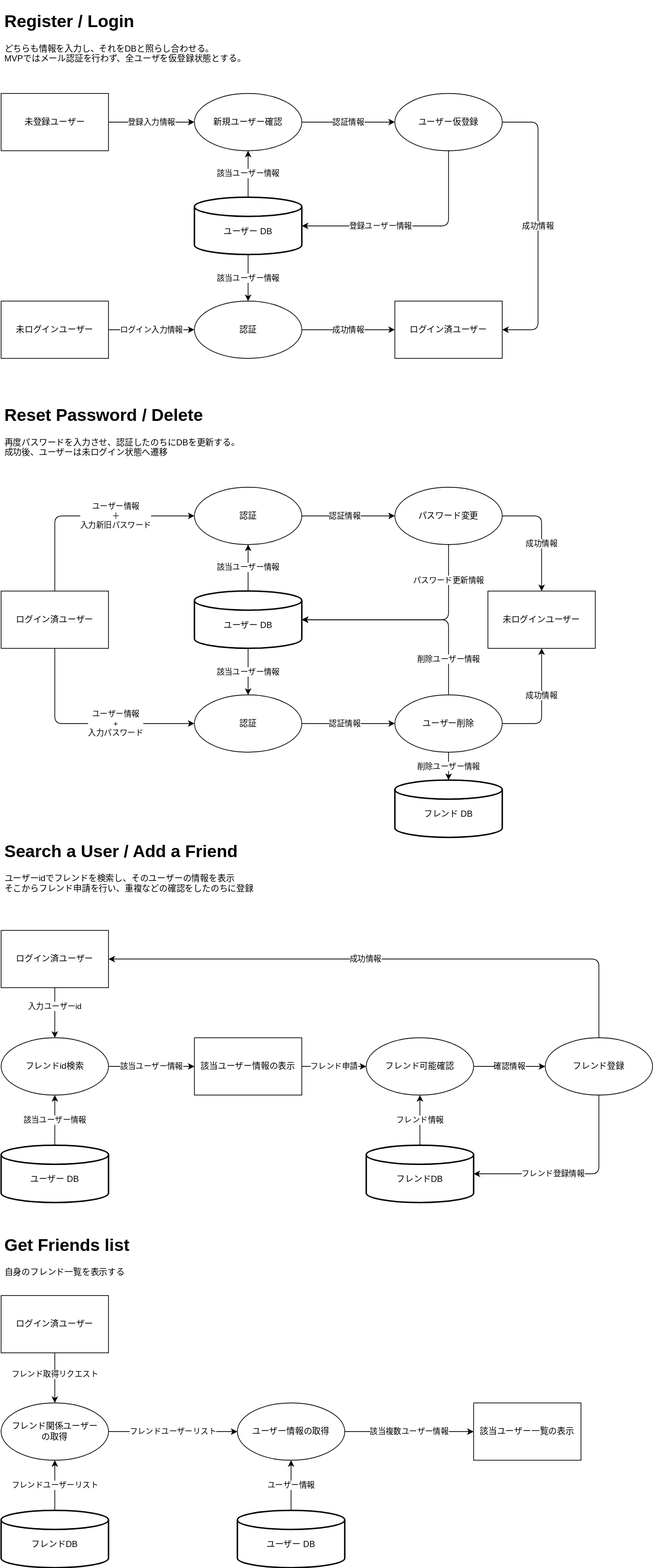
This is docs/02.Backend/02.DB/dfd.drawio.svg from TUS-OSK/quantum-gomoku, a draw.io export, as it was before one commit. Source tidied: cells renumbered, new cells last; positions are measured from the earlier drawing's top-left corner, leaving out a move shared by most shapes.
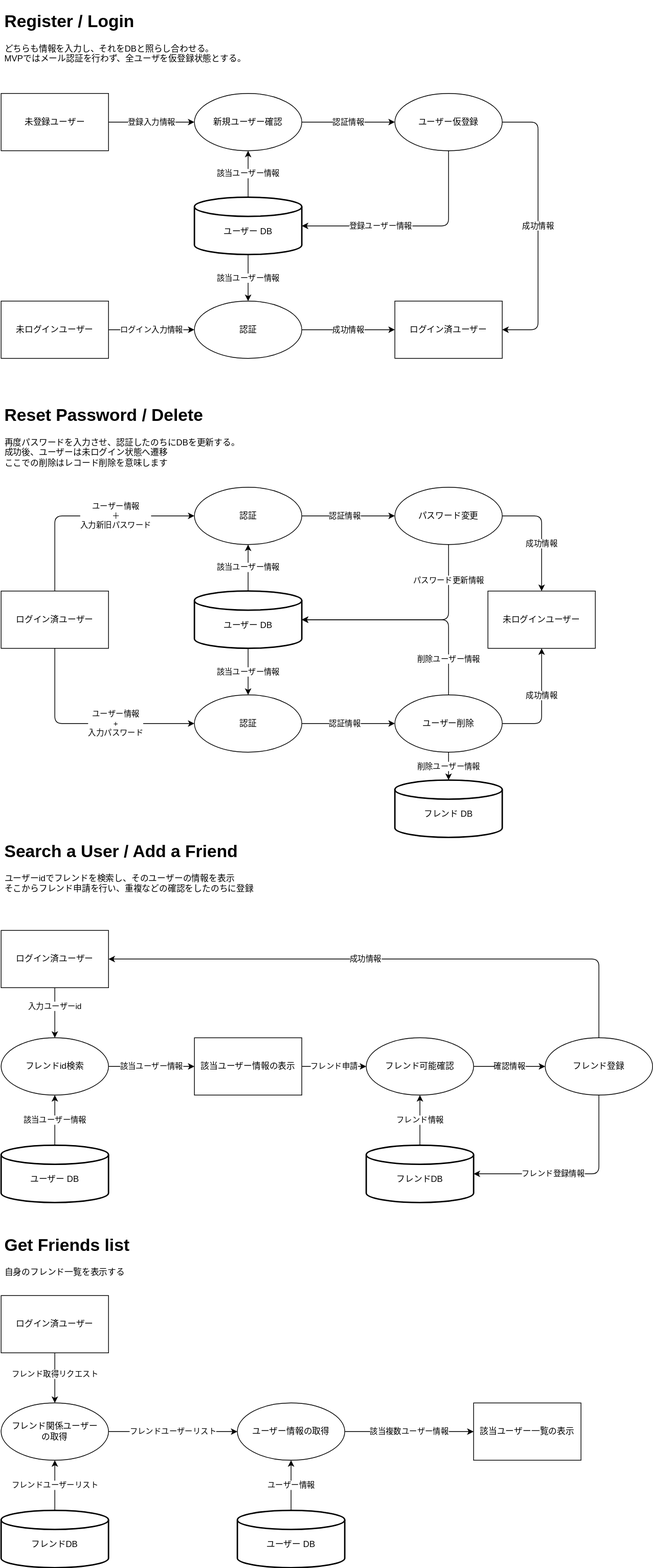
The same diagram one commit later.

Commit message:
レコード削除を明記

What changed in the source:
```diff
@@ -160,7 +160,7 @@
     <mxCell id="45" value="未ログインユーザー" style="rounded=0;whiteSpace=wrap;html=1;" parent="1" vertex="1">
       <mxGeometry x="680" y="815" width="150" height="80" as="geometry" />
     </mxCell>
-    <mxCell id="46" value="&lt;h1&gt;Reset Password / Delete&lt;/h1&gt;&lt;p&gt;再度パスワードを入力させ、認証したのちにDBを更新する。成功後、ユーザーは未ログイン状態へ遷移&lt;/p&gt;" style="text;html=1;strokeColor=none;fillColor=none;spacing=5;spacingTop=-20;whiteSpace=wrap;overflow=hidden;rounded=0;" parent="1" vertex="1">
+    <mxCell id="46" value="&lt;h1&gt;Reset Password / Delete&lt;/h1&gt;&lt;p&gt;再度パスワードを入力させ、認証したのちにDBを更新する。成功後、ユーザーは未ログイン状態へ遷移&lt;br&gt;ここでの削除はレコード削除を意味します&lt;/p&gt;" style="text;html=1;strokeColor=none;fillColor=none;spacing=5;spacingTop=-20;whiteSpace=wrap;overflow=hidden;rounded=0;" parent="1" vertex="1">
       <mxGeometry y="550" width="340" height="100" as="geometry" />
     </mxCell>
     <mxCell id="47" value="成功情報" style="edgeStyle=none;html=1;exitX=1;exitY=0.5;exitDx=0;exitDy=0;entryX=0.5;entryY=1;entryDx=0;entryDy=0;" parent="1" edge="1" source="49" target="45">
```
